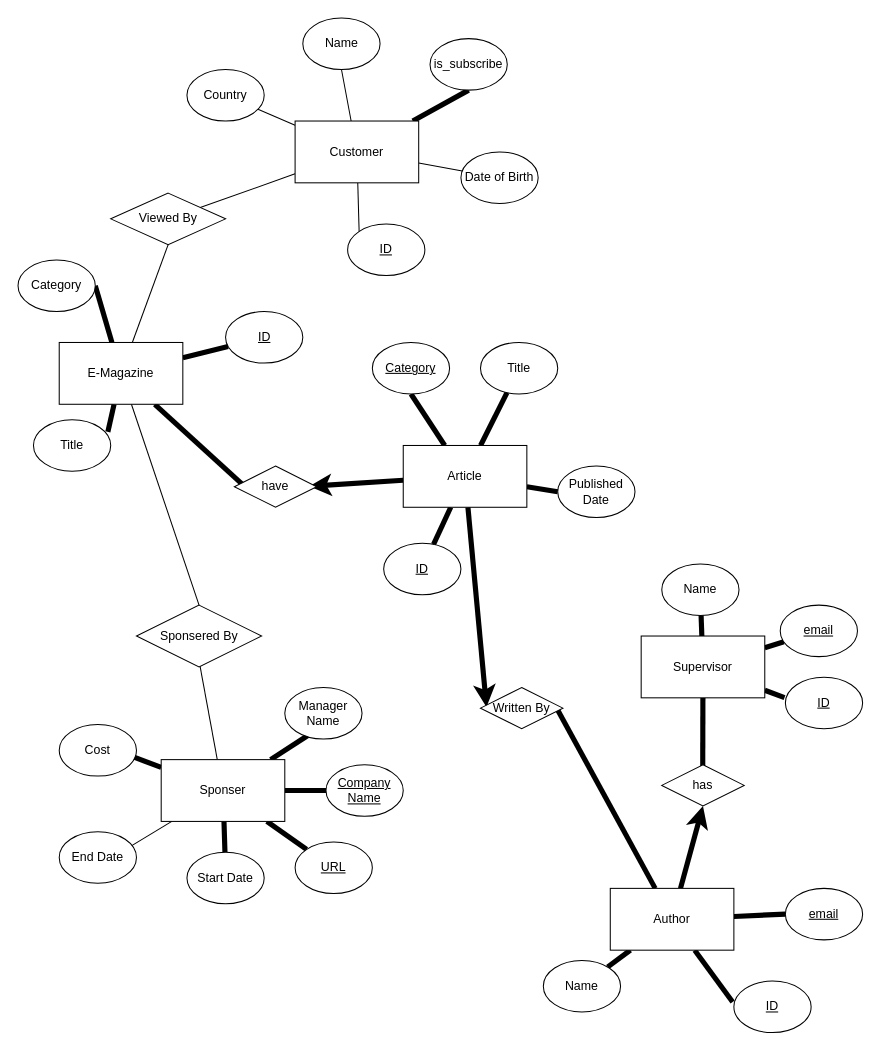
Earlier version of the draw.io diagram 2-SQL/fortpolio_project/e_magazine.drawio (Estelle-Lee/Python). Source tidied: cells renumbered, new cells numbered last; positions are measured from the earlier drawing's top-left corner, leaving out a move shared by most shapes. Both pictures are drawn from the tidied source at 103%, with x=0, y=0 at pixel (18, 18).
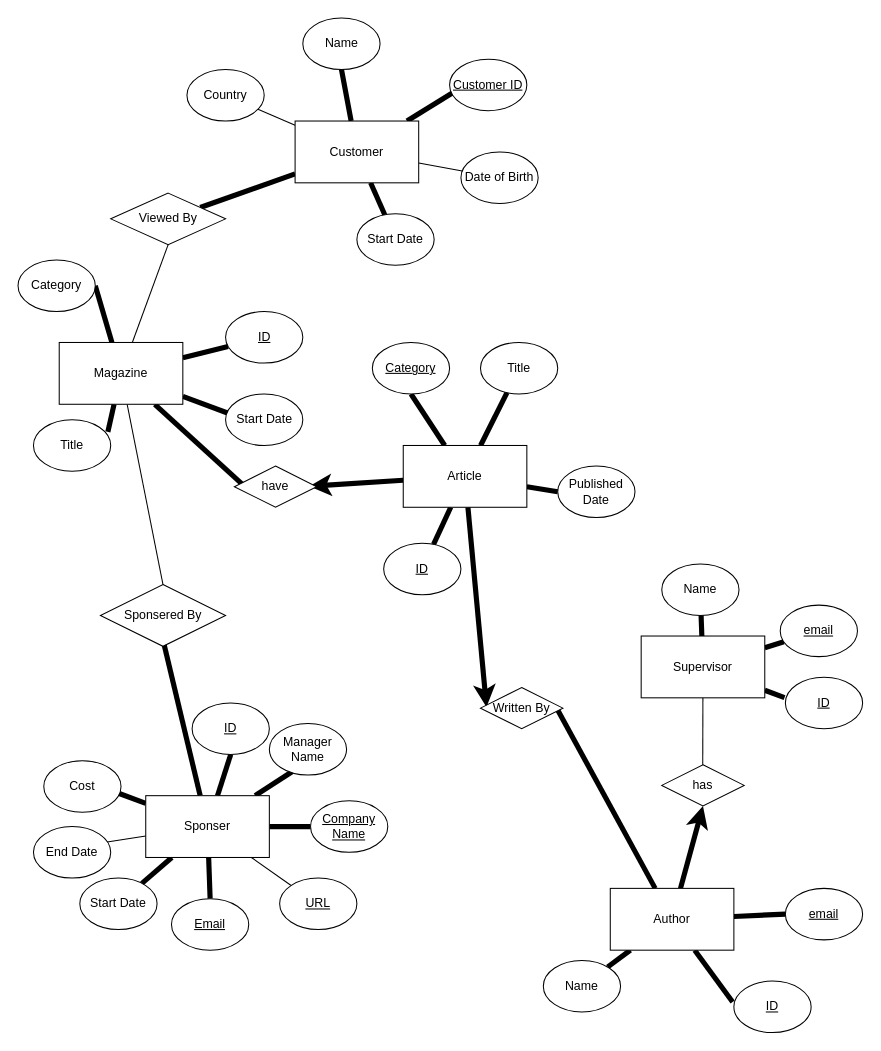
After the change.

Unchanged cells that the change refers to:
```xml
<mxCell id="26" value="Supervisor" style="rounded=0;whiteSpace=wrap;html=1;" parent="1" vertex="1">
  <mxGeometry x="605" y="600" width="120" height="60" as="geometry" />
</mxCell>
<mxCell id="41" value="Customer" style="rounded=0;whiteSpace=wrap;html=1;" parent="1" vertex="1">
  <mxGeometry x="269" y="100" width="120" height="60" as="geometry" />
</mxCell>
<mxCell id="43" value="Name" style="ellipse;whiteSpace=wrap;html=1;" parent="1" vertex="1">
  <mxGeometry x="276.5" width="75" height="50" as="geometry" />
</mxCell>
<mxCell id="62" value="has" style="rhombus;whiteSpace=wrap;html=1;" parent="1" vertex="1">
  <mxGeometry x="625" y="725" width="80" height="40" as="geometry" />
</mxCell>
<mxCell id="67" value="Viewed By" style="rhombus;whiteSpace=wrap;html=1;" parent="1" vertex="1">
  <mxGeometry x="90" y="170" width="111.5" height="50" as="geometry" />
</mxCell>
```

What changed in the source:
```diff
@@
+    <mxCell id="71" style="edgeStyle=none;html=1;entryX=0.051;entryY=0.384;entryDx=0;entryDy=0;entryPerimeter=0;strokeWidth=5;endSize=5;endArrow=none;endFill=0;" parent="1" edge="1" source="21" target="75">
+      <mxGeometry relative="1" as="geometry" />
+    </mxCell>
-    <mxCell id="21" value="E-Magazine" style="rounded=0;whiteSpace=wrap;html=1;" parent="1" vertex="1">
+    <mxCell id="21" value="Magazine" style="rounded=0;whiteSpace=wrap;html=1;" parent="1" vertex="1">
       <mxGeometry x="40" y="315" width="120" height="60" as="geometry" />
     </mxCell>
@@
-    <mxCell id="25" style="edgeStyle=none;html=1;entryX=0.497;entryY=0.142;entryDx=0;entryDy=0;entryPerimeter=0;strokeWidth=5;endArrow=none;endFill=0;" parent="1" edge="1" source="26" target="62">
+    <mxCell id="25" style="edgeStyle=none;html=1;entryX=0.497;entryY=0.142;entryDx=0;entryDy=0;entryPerimeter=0;strokeWidth=1;endArrow=none;endFill=0;" parent="1" edge="1" source="26" target="62">
       <mxGeometry relative="1" as="geometry" />
     </mxCell>
@@
-    <mxCell id="27" style="edgeStyle=none;html=1;entryX=0.498;entryY=0.879;entryDx=0;entryDy=0;entryPerimeter=0;strokeWidth=1;endArrow=none;endFill=0;" parent="1" edge="1" source="34" target="66">
+    <mxCell id="27" style="edgeStyle=none;html=1;entryX=0.498;entryY=0.879;entryDx=0;entryDy=0;entryPerimeter=0;strokeWidth=5;endArrow=none;endFill=0;" parent="1" edge="1" source="34" target="66">
       <mxGeometry relative="1" as="geometry" />
     </mxCell>
@@
-    <mxCell id="31" style="edgeStyle=none;html=1;entryX=0;entryY=0;entryDx=0;entryDy=0;strokeWidth=5;endArrow=none;endFill=0;" parent="1" edge="1" source="34" target="51">
+    <mxCell id="31" style="edgeStyle=none;html=1;entryX=0;entryY=0;entryDx=0;entryDy=0;strokeWidth=1;endArrow=none;endFill=0;" parent="1" edge="1" source="34" target="51">
       <mxGeometry relative="1" as="geometry" />
     </mxCell>
@@
+    <mxCell id="72" style="edgeStyle=none;html=1;entryX=0.5;entryY=1;entryDx=0;entryDy=0;strokeWidth=5;endArrow=none;endFill=0;endSize=5;" parent="1" edge="1" source="34" target="76">
+      <mxGeometry relative="1" as="geometry" />
+    </mxCell>
+    <mxCell id="73" style="edgeStyle=none;html=1;entryX=0.5;entryY=0;entryDx=0;entryDy=0;strokeWidth=5;endArrow=none;endFill=0;endSize=5;" parent="1" edge="1" source="34" target="77">
+      <mxGeometry relative="1" as="geometry" />
+    </mxCell>
     <mxCell id="34" value="Sponser" style="rounded=0;whiteSpace=wrap;html=1;" parent="1" vertex="1">
-      <mxGeometry x="139" y="720" width="120" height="60" as="geometry" />
+      <mxGeometry x="124" y="755" width="120" height="60" as="geometry" />
     </mxCell>
-    <mxCell id="35" style="edgeStyle=none;html=1;entryX=0.5;entryY=1;entryDx=0;entryDy=0;strokeWidth=1;endArrow=none;endFill=0;" parent="1" edge="1" source="41" target="43">
+    <mxCell id="35" style="edgeStyle=none;html=1;entryX=0.5;entryY=1;entryDx=0;entryDy=0;strokeWidth=5;endArrow=none;endFill=0;" parent="1" edge="1" source="41" target="43">
       <mxGeometry relative="1" as="geometry" />
     </mxCell>
-    <mxCell id="36" style="edgeStyle=none;html=1;entryX=0.5;entryY=1;entryDx=0;entryDy=0;strokeWidth=5;endArrow=none;endFill=0;" parent="1" edge="1" source="41" target="44">
-      <mxGeometry relative="1" as="geometry" />
-    </mxCell>
@@
-    <mxCell id="39" style="edgeStyle=none;html=1;entryX=0;entryY=0;entryDx=0;entryDy=0;strokeWidth=1;endArrow=none;endFill=0;" parent="1" edge="1" source="41" target="68">
+    <mxCell id="39" style="edgeStyle=none;html=1;entryX=0.056;entryY=0.637;entryDx=0;entryDy=0;strokeWidth=5;endArrow=none;endFill=0;entryPerimeter=0;" parent="1" edge="1" source="41" target="68">
       <mxGeometry relative="1" as="geometry" />
     </mxCell>
-    <mxCell id="40" style="edgeStyle=none;html=1;strokeWidth=1;endArrow=none;endFill=0;" parent="1" edge="1" source="41" target="67">
+    <mxCell id="40" style="edgeStyle=none;html=1;strokeWidth=5;endArrow=none;endFill=0;" parent="1" edge="1" source="41" target="67">
       <mxGeometry relative="1" as="geometry" />
     </mxCell>
+    <mxCell id="74" style="edgeStyle=none;html=1;strokeWidth=5;endArrow=none;endFill=0;endSize=5;" parent="1" edge="1" source="41" target="78">
+      <mxGeometry relative="1" as="geometry" />
+    </mxCell>
@@
-    <mxCell id="44" value="is_subscribe" style="ellipse;whiteSpace=wrap;html=1;" parent="1" vertex="1">
-      <mxGeometry x="400" y="20" width="75" height="50" as="geometry" />
-    </mxCell>
@@
     <mxCell id="49" value="Manager Name" style="ellipse;whiteSpace=wrap;html=1;" parent="1" vertex="1">
-      <mxGeometry x="259" y="650" width="75" height="50" as="geometry" />
+      <mxGeometry x="244" y="685" width="75" height="50" as="geometry" />
     </mxCell>
     <mxCell id="50" value="Company Name" style="ellipse;whiteSpace=wrap;html=1;fontStyle=4;" parent="1" vertex="1">
-      <mxGeometry x="299" y="725" width="75" height="50" as="geometry" />
+      <mxGeometry x="284" y="760" width="75" height="50" as="geometry" />
     </mxCell>
     <mxCell id="51" value="URL" style="ellipse;whiteSpace=wrap;html=1;fontStyle=4;" parent="1" vertex="1">
-      <mxGeometry x="269" y="800" width="75" height="50" as="geometry" />
+      <mxGeometry x="254" y="835" width="75" height="50" as="geometry" />
     </mxCell>
     <mxCell id="52" value="Start Date" style="ellipse;whiteSpace=wrap;html=1;" parent="1" vertex="1">
-      <mxGeometry x="164" y="810" width="75" height="50" as="geometry" />
+      <mxGeometry x="60" y="835" width="75" height="50" as="geometry" />
     </mxCell>
     <mxCell id="53" value="End Date" style="ellipse;whiteSpace=wrap;html=1;" parent="1" vertex="1">
-      <mxGeometry x="40" y="790" width="75" height="50" as="geometry" />
+      <mxGeometry x="15" y="785" width="75" height="50" as="geometry" />
     </mxCell>
     <mxCell id="54" value="Cost" style="ellipse;whiteSpace=wrap;html=1;" parent="1" vertex="1">
-      <mxGeometry x="40" y="686" width="75" height="50" as="geometry" />
+      <mxGeometry x="25" y="721" width="75" height="50" as="geometry" />
     </mxCell>
@@
     <mxCell id="66" value="Sponsered By" style="rhombus;whiteSpace=wrap;html=1;" parent="1" vertex="1">
-      <mxGeometry x="115" y="570" width="121.5" height="60" as="geometry" />
+      <mxGeometry x="80" y="550" width="121.5" height="60" as="geometry" />
     </mxCell>
@@
-    <mxCell id="68" value="ID" style="ellipse;whiteSpace=wrap;html=1;fontStyle=4;" parent="1" vertex="1">
-      <mxGeometry x="320" y="200" width="75" height="50" as="geometry" />
+    <mxCell id="68" value="Customer ID" style="ellipse;whiteSpace=wrap;html=1;fontStyle=4;" parent="1" vertex="1">
+      <mxGeometry x="419" y="40" width="75" height="50" as="geometry" />
     </mxCell>
@@
+    <mxCell id="75" value="Start Date" style="ellipse;whiteSpace=wrap;html=1;" parent="1" vertex="1">
+      <mxGeometry x="201.5" y="365" width="75" height="50" as="geometry" />
+    </mxCell>
+    <mxCell id="76" value="&lt;u&gt;ID&lt;/u&gt;" style="ellipse;whiteSpace=wrap;html=1;" parent="1" vertex="1">
+      <mxGeometry x="169" y="665" width="75" height="50" as="geometry" />
+    </mxCell>
+    <mxCell id="77" value="&lt;u&gt;Email&lt;/u&gt;" style="ellipse;whiteSpace=wrap;html=1;" parent="1" vertex="1">
+      <mxGeometry x="149" y="855" width="75" height="50" as="geometry" />
+    </mxCell>
+    <mxCell id="78" value="Start Date" style="ellipse;whiteSpace=wrap;html=1;" parent="1" vertex="1">
+      <mxGeometry x="329" y="190" width="75" height="50" as="geometry" />
+    </mxCell>
```
